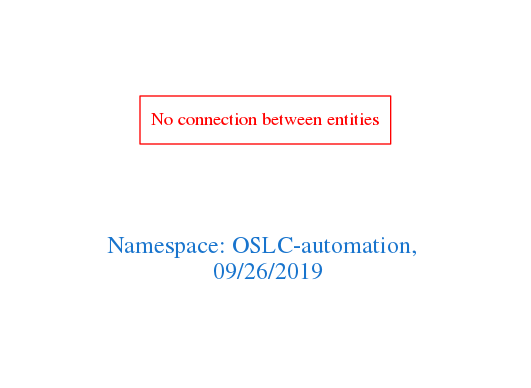
The Graphviz diagram downloads/OSLC-automation.png in arago/OGIT, before a commit. Its source is kept beside it as downloads/OSLC-automation.dot.
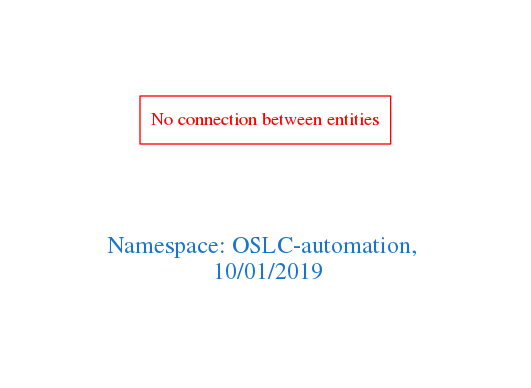
The same file after the commit.

What changed in the source:
```diff
@@ -1,7 +1,7 @@
 digraph OGIT_ontology {
  graph [ rankdir= LR,pad=1
 fontsize = 18,
-fontcolor= dodgerblue3,label = "\n\n\nNamespace: OSLC-automation, \n 09/26/2019"];
+fontcolor= dodgerblue3,label = "\n\n\nNamespace: OSLC-automation, \n 10/01/2019"];
 node[shape=polygon];
 edge [  color="gray81"];
 
```
